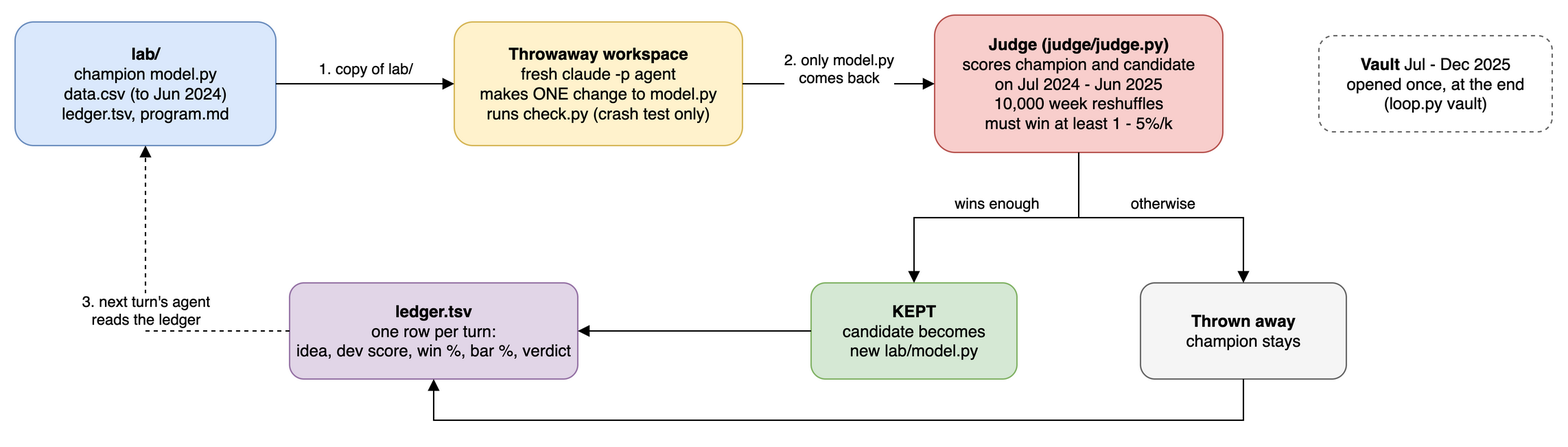
Above: docs/research-loop.drawio.png in hankehly/toy-autoresearch (draw.io), before the change. Source tidied: cells renumbered, new cells last; positions are measured from the earlier drawing's top-left corner, leaving out a move shared by most shapes.
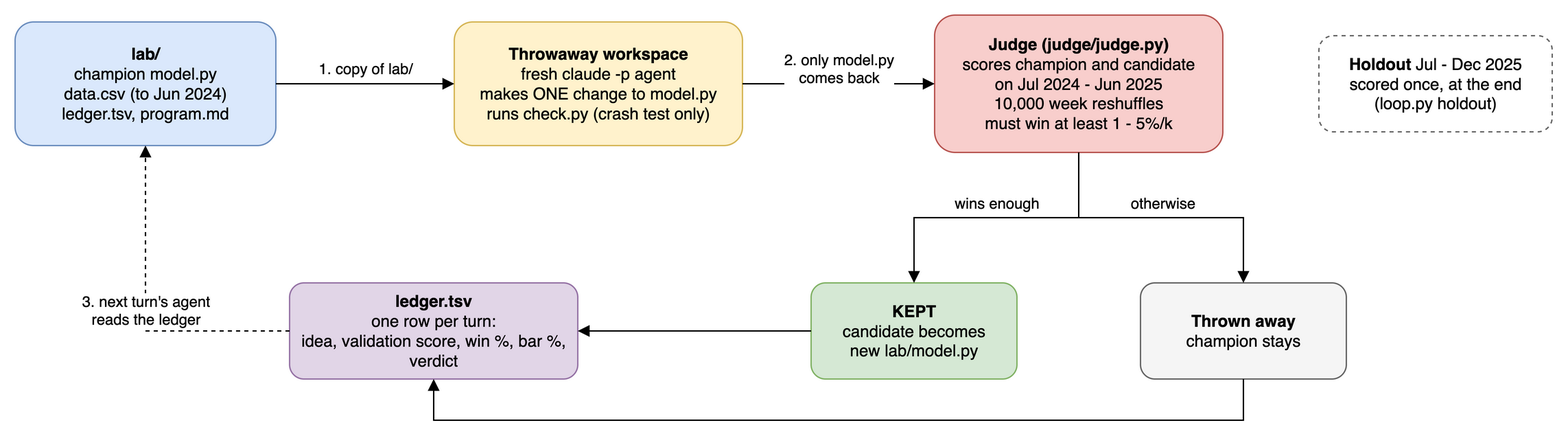
Later version of the same file.

Commit message:
Update terminology from 'dev' and 'vault' to 'validation' and 'holdout' across documentation and codebase

What changed in the source:
```diff
@@ -17,12 +17,12 @@
     <mxCell id="6" value="&lt;b&gt;Thrown away&lt;/b&gt;&lt;br&gt;champion stays" style="rounded=1;whiteSpace=wrap;html=1;fillColor=#f5f5f5;strokeColor=#666666;" parent="1" vertex="1">
       <mxGeometry x="820" y="195" width="150" height="70" as="geometry" />
     </mxCell>
-    <mxCell id="7" value="&lt;b&gt;ledger.tsv&lt;/b&gt;&lt;br&gt;one row per turn:&lt;br&gt;idea, dev score, win %, bar %, verdict" style="rounded=1;whiteSpace=wrap;html=1;fillColor=#e1d5e7;strokeColor=#9673a6;" parent="1" vertex="1">
+    <mxCell id="7" value="&lt;b&gt;ledger.tsv&lt;/b&gt;&lt;br&gt;one row per turn:&lt;br&gt;idea, validation score, win %, bar %, verdict" style="rounded=1;whiteSpace=wrap;html=1;fillColor=#e1d5e7;strokeColor=#9673a6;" parent="1" vertex="1">
       <mxGeometry x="200" y="195" width="210" height="70" as="geometry" />
     </mxCell>
-    <mxCell id="8" value="&lt;b&gt;Vault&lt;/b&gt; Jul - Dec 2025&lt;br&gt;opened once, at the end&lt;br&gt;(loop.py vault)" style="rounded=1;whiteSpace=wrap;html=1;dashed=1;fillColor=none;strokeColor=#666666;" parent="1" vertex="1">
-      <mxGeometry x="950" y="15" width="170" height="70" as="geometry" />
-    </mxCell>
+    <mxCell id="16" value="&lt;b&gt;Holdout&lt;/b&gt; Jul - Dec 2025&lt;br&gt;scored once, at the end&lt;br&gt;(loop.py holdout)" style="rounded=1;whiteSpace=wrap;html=1;dashed=1;fillColor=none;strokeColor=#666666;" parent="1" vertex="1">
+      <mxGeometry x="950" y="15" width="170" height="70" as="geometry" />
+    </mxCell>
     <mxCell id="9" value="1. copy of lab/" style="edgeStyle=orthogonalEdgeStyle;rounded=0;html=1;endArrow=block;labelBackgroundColor=default;spacingTop=-22;" parent="1" edge="1" source="2" target="3">
       <mxGeometry relative="1" as="geometry" />
     </mxCell>
```
